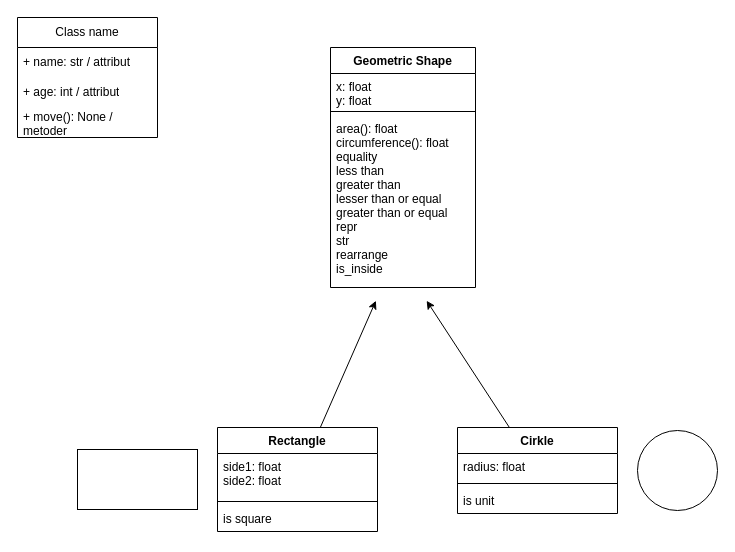
Wessnom/Python-Alexander-Wessner keeps this draw.io diagram as Labs/Lab_3/Geometri_OOP.drawio. Above is the earlier version. Source tidied: cells renumbered, new cells numbered last; positions are measured from the earlier drawing's top-left corner, leaving out a move shared by most shapes. Both pictures are drawn from the tidied source at 100%, with x=0, y=0 at pixel (17, 17).
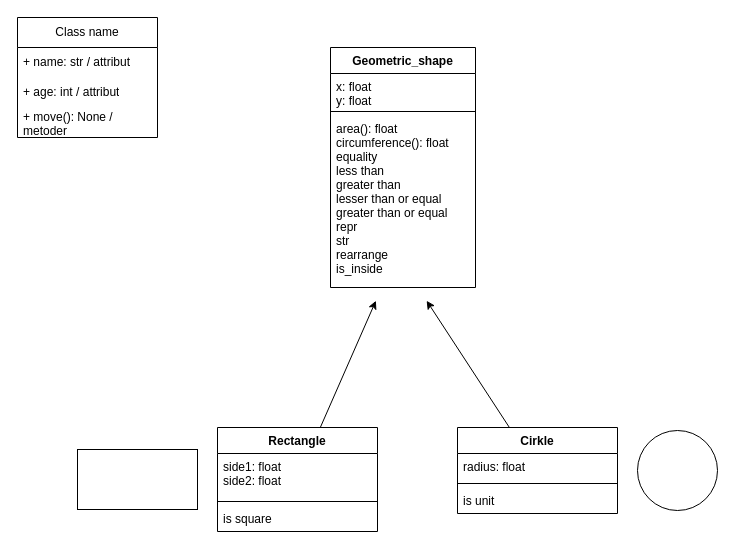
Above is the later version.

The edit, as a diff of the source:
```diff
@@
-    <mxCell id="6" value="Geometric Shape" style="swimlane;fontStyle=1;align=center;verticalAlign=top;horizontal=1;startSize=26;" parent="1" vertex="1">
+    <mxCell id="6" value="Geometric_shape" style="swimlane;fontStyle=1;align=center;verticalAlign=top;horizontal=1;startSize=26;" parent="1" vertex="1">
       <mxGeometry x="313" y="30" width="145" height="240" as="geometry" />
     </mxCell>
```
